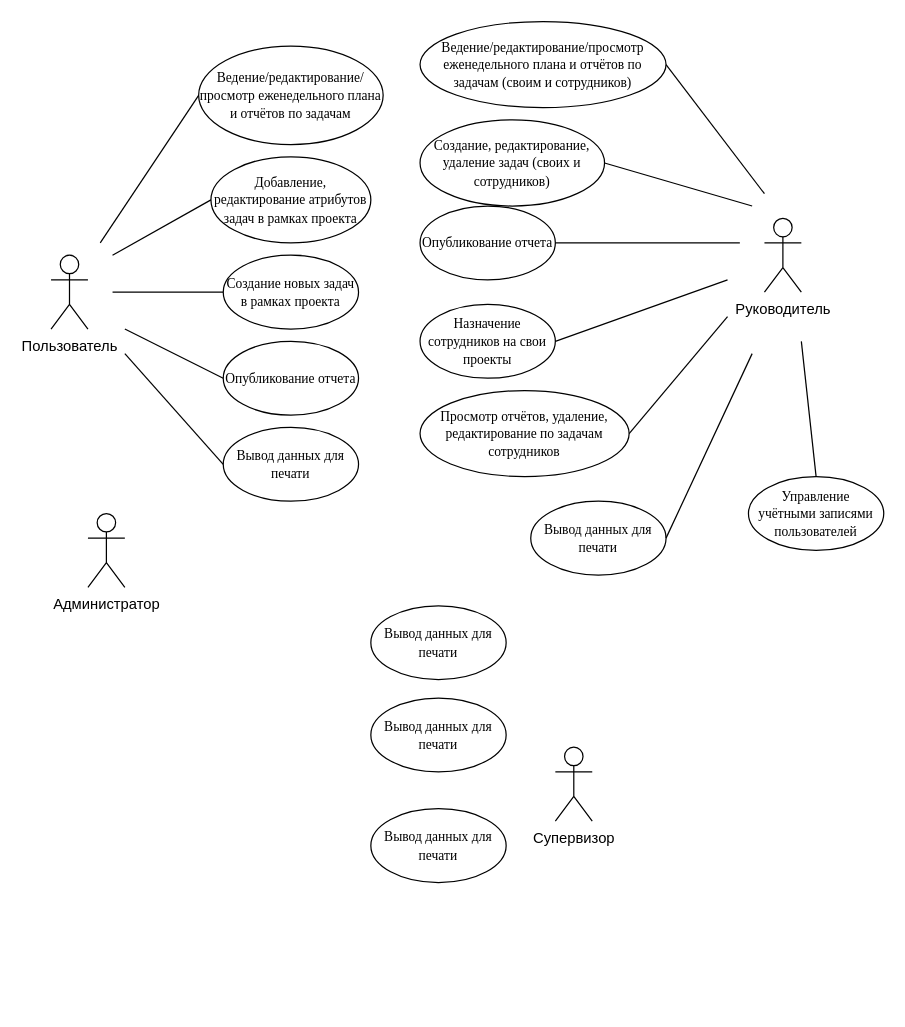
pytonuserouner/UML_study keeps this draw.io diagram as Для ДЗ №8.drawio. Above is the earlier version. Source tidied: cells renumbered, new cells numbered last; positions are measured from the earlier drawing's top-left corner, leaving out a move shared by most shapes. Both pictures are drawn from the tidied source at 123%, with x=0, y=0 at pixel (50, 21).
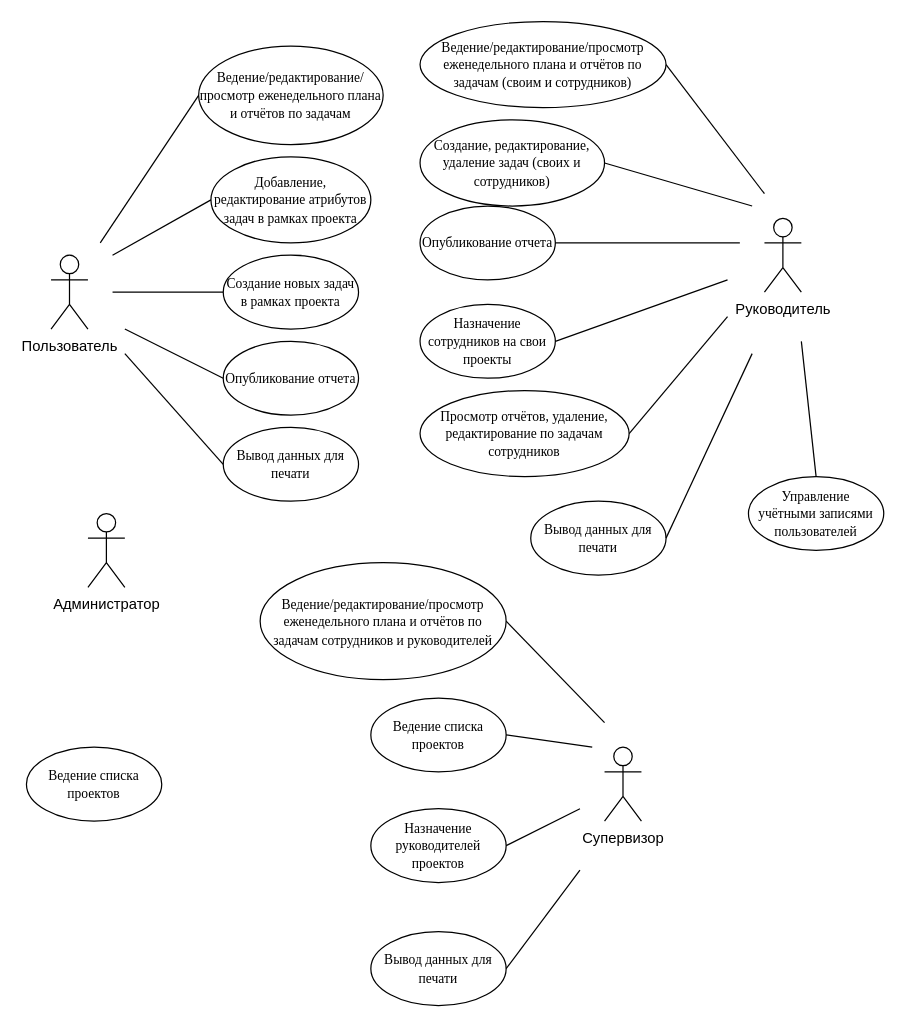
After the change.

Change to the diagram source:
```diff
@@
     <mxCell id="4" value="Супервизор" style="shape=umlActor;verticalLabelPosition=bottom;verticalAlign=top;html=1;" parent="1" vertex="1">
-      <mxGeometry x="410" y="590" width="30" height="60" as="geometry" />
+      <mxGeometry x="450" y="590" width="30" height="60" as="geometry" />
     </mxCell>
@@
-    <mxCell id="30" value="&lt;font face=&quot;Times New Roman&quot;&gt;&lt;span style=&quot;font-size: 11px;&quot;&gt;Вывод данных для печати&lt;/span&gt;&lt;/font&gt;" style="ellipse;whiteSpace=wrap;html=1;" parent="1" vertex="1">
-      <mxGeometry x="260" y="475" width="110" height="60" as="geometry" />
+    <mxCell id="30" value="&lt;font face=&quot;Times New Roman&quot;&gt;&lt;span style=&quot;font-size: 11px;&quot;&gt;Ведение/редактирование/просмотр еженедельного плана и отчётов по задачам сотрудников и руководителей&lt;/span&gt;&lt;/font&gt;" style="ellipse;whiteSpace=wrap;html=1;" parent="1" vertex="1">
+      <mxGeometry x="170" y="440" width="200" height="95" as="geometry" />
     </mxCell>
-    <mxCell id="31" value="&lt;font face=&quot;Times New Roman&quot;&gt;&lt;span style=&quot;font-size: 11px;&quot;&gt;Вывод данных для печати&lt;/span&gt;&lt;/font&gt;" style="ellipse;whiteSpace=wrap;html=1;" parent="1" vertex="1">
+    <mxCell id="31" value="&lt;font face=&quot;Times New Roman&quot;&gt;&lt;span style=&quot;font-size: 11px;&quot;&gt;Ведение списка проектов&lt;/span&gt;&lt;/font&gt;" style="ellipse;whiteSpace=wrap;html=1;" parent="1" vertex="1">
       <mxGeometry x="260" y="550" width="110" height="60" as="geometry" />
     </mxCell>
-    <mxCell id="32" value="&lt;font face=&quot;Times New Roman&quot;&gt;&lt;span style=&quot;font-size: 11px;&quot;&gt;Вывод данных для печати&lt;/span&gt;&lt;/font&gt;" style="ellipse;whiteSpace=wrap;html=1;" parent="1" vertex="1">
+    <mxCell id="32" value="&lt;font face=&quot;Times New Roman&quot;&gt;&lt;span style=&quot;font-size: 11px;&quot;&gt;Назначение руководителей проектов&lt;/span&gt;&lt;/font&gt;" style="ellipse;whiteSpace=wrap;html=1;" parent="1" vertex="1">
       <mxGeometry x="260" y="640" width="110" height="60" as="geometry" />
     </mxCell>
+    <mxCell id="33" value="&lt;font face=&quot;Times New Roman&quot;&gt;&lt;span style=&quot;font-size: 11px;&quot;&gt;Вывод данных для печати&lt;/span&gt;&lt;/font&gt;" style="ellipse;whiteSpace=wrap;html=1;" parent="1" vertex="1">
+      <mxGeometry x="260" y="740" width="110" height="60" as="geometry" />
+    </mxCell>
+    <mxCell id="34" value="&lt;font face=&quot;Times New Roman&quot;&gt;&lt;span style=&quot;font-size: 11px;&quot;&gt;Ведение списка проектов&lt;/span&gt;&lt;/font&gt;" style="ellipse;whiteSpace=wrap;html=1;" parent="1" vertex="1">
+      <mxGeometry x="-20" y="590" width="110" height="60" as="geometry" />
+    </mxCell>
+    <mxCell id="35" style="endArrow=none;html=1;rounded=0;exitX=1;exitY=0.5;exitDx=0;exitDy=0;" parent="1" edge="1" source="30">
+      <mxGeometry relative="1" as="geometry">
+        <mxPoint x="450" y="570" as="targetPoint" />
+      </mxGeometry>
+    </mxCell>
+    <mxCell id="36" style="endArrow=none;html=1;rounded=0;exitX=1;exitY=0.5;exitDx=0;exitDy=0;" parent="1" edge="1" source="31">
+      <mxGeometry relative="1" as="geometry">
+        <mxPoint x="440" y="590" as="targetPoint" />
+      </mxGeometry>
+    </mxCell>
+    <mxCell id="37" style="endArrow=none;html=1;rounded=0;entryX=1;entryY=0.5;entryDx=0;entryDy=0;" parent="1" edge="1" target="32">
+      <mxGeometry relative="1" as="geometry">
+        <mxPoint x="430" y="640" as="sourcePoint" />
+      </mxGeometry>
+    </mxCell>
+    <mxCell id="38" style="endArrow=none;html=1;rounded=0;exitX=1;exitY=0.5;exitDx=0;exitDy=0;" parent="1" edge="1" source="33">
+      <mxGeometry relative="1" as="geometry">
+        <mxPoint x="430" y="690" as="targetPoint" />
+      </mxGeometry>
+    </mxCell>
```
